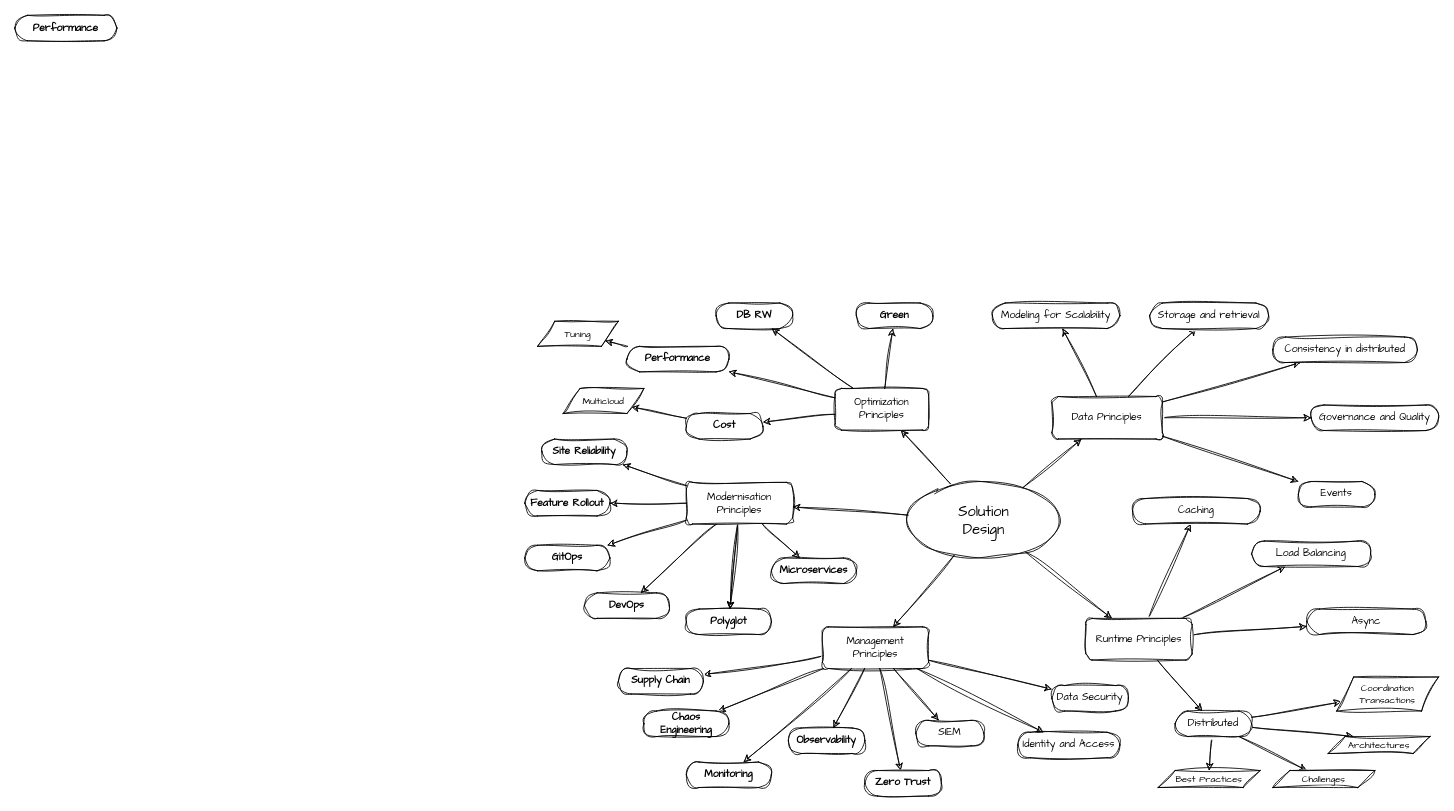
paolob67/Solution_Design keeps this draw.io diagram as images/map.drawio. Above is the earlier version. Source tidied: cells renumbered, new cells numbered last; positions are measured from the earlier drawing's top-left corner, leaving out a move shared by most shapes. Both pictures are drawn from the tidied source at 85%, with x=0, y=0 at pixel (14, 14).
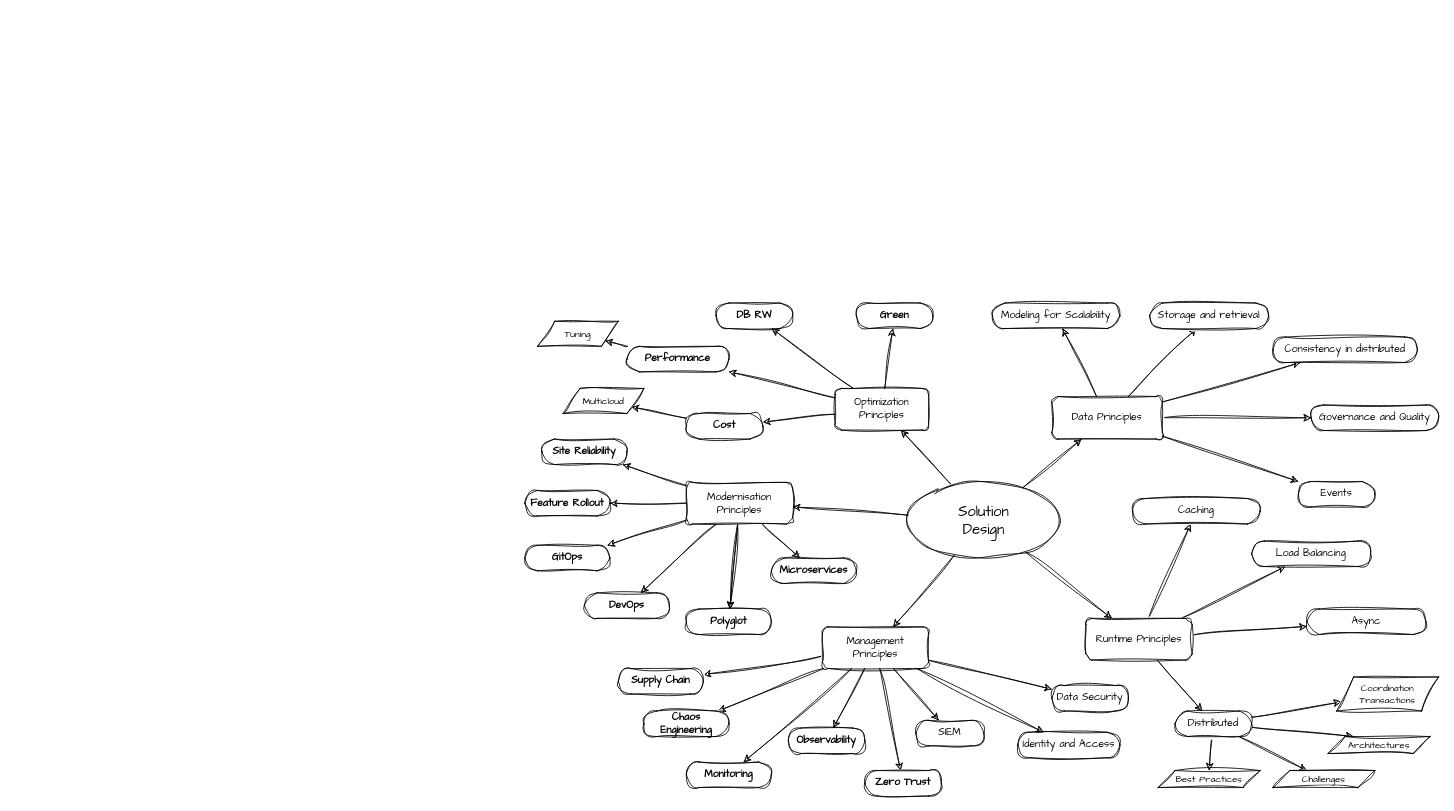
The same diagram, later.

The edit, as a diff of the source:
```diff
@@
-    <mxCell id="78" value="Performance" style="rounded=1;whiteSpace=wrap;html=1;sketch=1;hachureGap=4;jiggle=2;curveFitting=1;fontFamily=Architects Daughter;arcSize=50;fontStyle=1;" parent="1" vertex="1">
-      <mxGeometry y="0.5" width="120" height="30" as="geometry" />
-    </mxCell>
```
